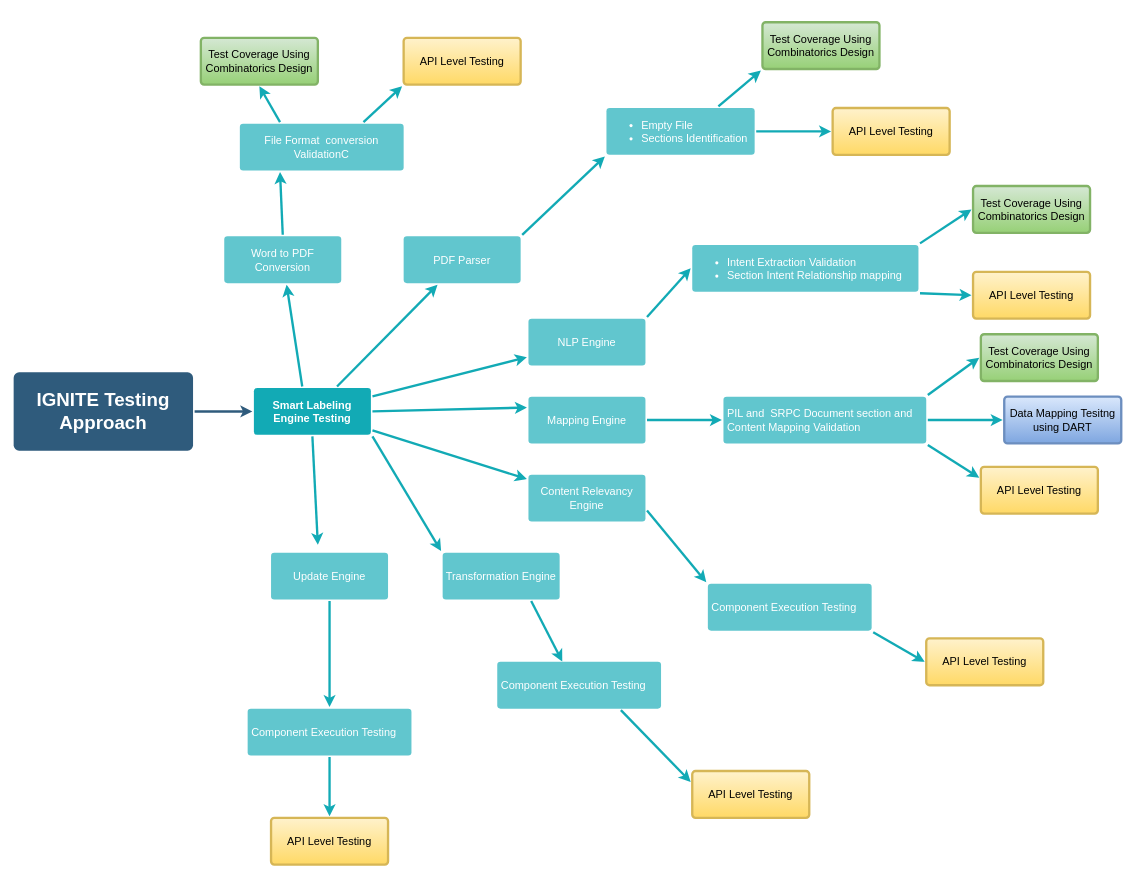
Before: Pfizer Testing Approach Phase 0.drawio in ilanjaya/TestCOE, a draw.io diagram. Source tidied: cells renumbered, new cells numbered last; positions are measured from the earlier drawing's top-left corner, leaving out a move shared by most shapes. Both pictures are drawn from the tidied source at 78%, with x=0, y=0 at pixel (13, 22).
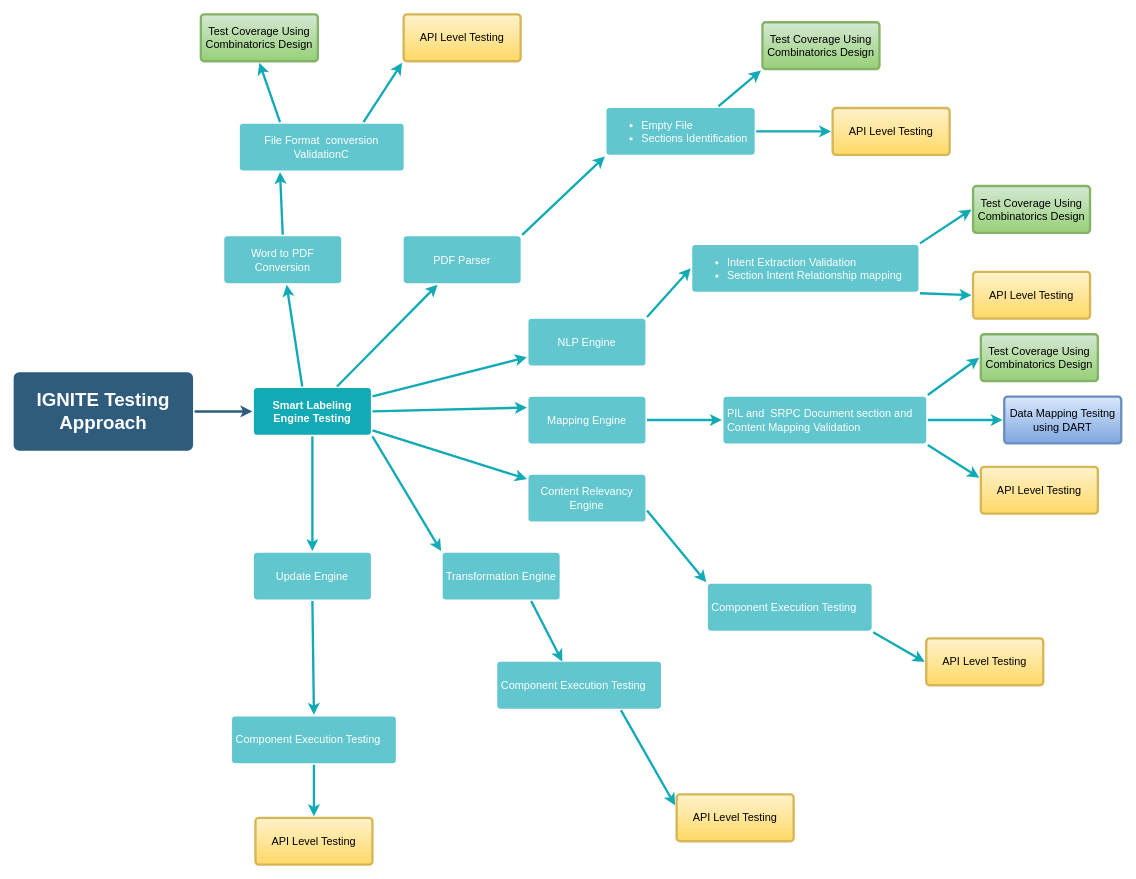
After the change.

Change to the diagram source:
```diff
@@
-    <mxCell id="5" style="edgeStyle=none;orthogonalLoop=1;jettySize=auto;html=1;shadow=0;labelBackgroundColor=none;fontSize=14;fontColor=#FFFFFF;startFill=0;strokeColor=#12AAB5;strokeWidth=3;fillColor=#b0e3e6;" parent="1" edge="1">
+    <mxCell id="5" style="edgeStyle=none;jettySize=auto;html=1;shadow=0;labelBackgroundColor=none;fontSize=14;fontColor=#FFFFFF;startFill=0;strokeColor=#12AAB5;strokeWidth=3;fillColor=#b0e3e6;entryX=0.5;entryY=0;entryDx=0;entryDy=0;" parent="1" edge="1" target="33">
       <mxGeometry relative="1" as="geometry">
         <mxPoint x="383" y="531" as="sourcePoint" />
-        <mxPoint x="390" y="670" as="targetPoint" />
       </mxGeometry>
     </mxCell>
@@
     <mxCell id="23" value="API Level Testing" style="rounded=1;whiteSpace=wrap;html=1;shadow=0;labelBackgroundColor=none;strokeColor=#d6b656;strokeWidth=3;fillColor=#fff2cc;fontFamily=Helvetica;fontSize=14;align=center;spacing=5;fontStyle=0;arcSize=7;perimeterSpacing=2;gradientColor=#ffd966;" parent="1" vertex="1">
-      <mxGeometry x="500" y="20" width="150" height="60" as="geometry" />
+      <mxGeometry x="500" y="-10" width="150" height="60" as="geometry" />
     </mxCell>
     <mxCell id="24" value="Test Coverage Using Combinatorics Design" style="rounded=1;whiteSpace=wrap;html=1;shadow=0;labelBackgroundColor=none;strokeColor=#82b366;strokeWidth=3;fillColor=#d5e8d4;fontFamily=Helvetica;fontSize=14;align=center;spacing=5;fontStyle=0;arcSize=7;perimeterSpacing=2;gradientColor=#97d077;" parent="1" vertex="1">
-      <mxGeometry x="240" y="20" width="150" height="60" as="geometry" />
+      <mxGeometry x="240" y="-10" width="150" height="60" as="geometry" />
     </mxCell>
@@
     <mxCell id="33" value="Update Engine" style="rounded=1;whiteSpace=wrap;html=1;shadow=0;labelBackgroundColor=none;strokeColor=none;strokeWidth=3;fillColor=#61c6ce;fontFamily=Helvetica;fontSize=14;fontColor=#FFFFFF;align=center;spacing=5;fontStyle=0;arcSize=7;perimeterSpacing=2;" parent="1" vertex="1">
-      <mxGeometry x="330" y="680" width="150" height="60" as="geometry" />
+      <mxGeometry x="308" y="680" width="150" height="60" as="geometry" />
     </mxCell>
@@
     <mxCell id="48" value="Component Execution Testing" style="rounded=1;whiteSpace=wrap;html=1;shadow=0;labelBackgroundColor=none;strokeColor=none;strokeWidth=3;fillColor=#61c6ce;fontFamily=Helvetica;fontSize=14;fontColor=#FFFFFF;align=left;spacing=5;fontStyle=0;arcSize=7;perimeterSpacing=2;" parent="1" vertex="1">
-      <mxGeometry x="300" y="880" width="210" height="60" as="geometry" />
+      <mxGeometry x="280" y="890" width="210" height="60" as="geometry" />
     </mxCell>
@@
     <mxCell id="54" value="&lt;div align=&quot;center&quot;&gt;API Level Testing&lt;/div&gt;" style="rounded=1;whiteSpace=wrap;html=1;shadow=0;labelBackgroundColor=none;strokeColor=#d6b656;strokeWidth=3;fillColor=#fff2cc;fontFamily=Helvetica;fontSize=14;align=center;spacing=5;fontStyle=0;arcSize=7;perimeterSpacing=2;gradientColor=#ffd966;" parent="1" vertex="1">
-      <mxGeometry x="870" y="960" width="150" height="60" as="geometry" />
+      <mxGeometry x="850" y="990" width="150" height="60" as="geometry" />
     </mxCell>
     <mxCell id="55" value="&lt;div align=&quot;center&quot;&gt;API Level Testing&lt;/div&gt;" style="rounded=1;whiteSpace=wrap;html=1;shadow=0;labelBackgroundColor=none;strokeColor=#d6b656;strokeWidth=3;fillColor=#fff2cc;fontFamily=Helvetica;fontSize=14;align=center;spacing=5;fontStyle=0;arcSize=7;perimeterSpacing=2;gradientColor=#ffd966;" parent="1" vertex="1">
-      <mxGeometry x="330" y="1020" width="150" height="60" as="geometry" />
+      <mxGeometry x="310" y="1020" width="150" height="60" as="geometry" />
     </mxCell>
```
